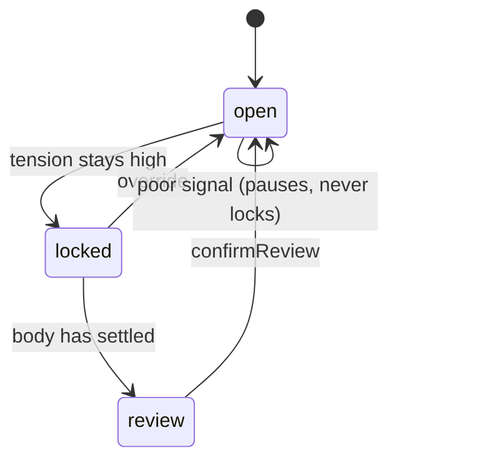
Earlier version of the Mermaid export docs/diagrams/rendered/08-state-send-gate.png (OlatundeOlabanj/m2-calm-companion). Its source is kept beside it as docs/diagrams/08-state-send-gate.mmd.
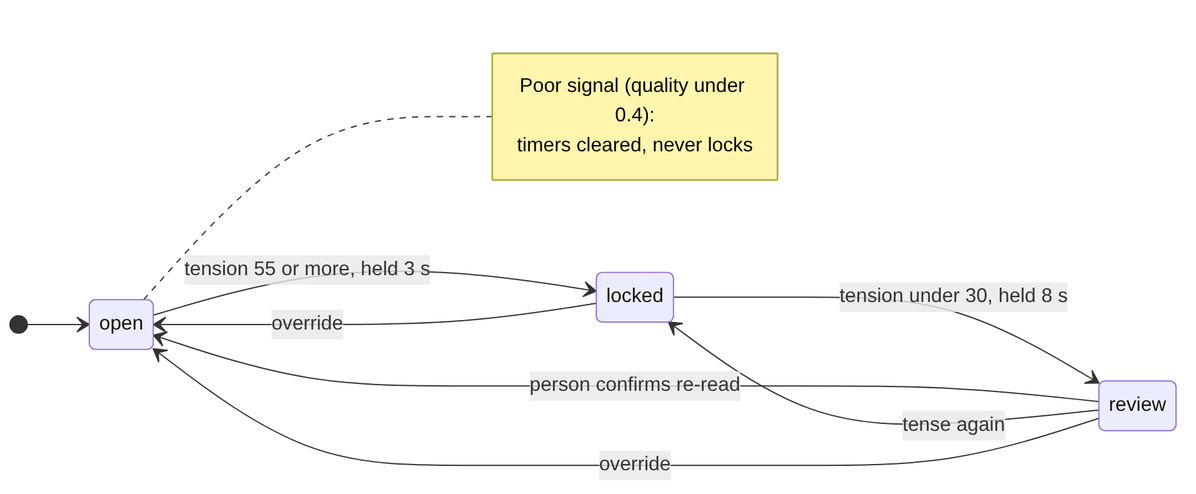
Later version of the same file.

The edit, as a diff of the source:
```diff
@@ -1,7 +1,13 @@
 stateDiagram-v2
+  direction LR
   [*] --> open
-  open --> locked : tension stays high
-  locked --> review : body has settled
-  review --> open : confirmReview
+  open --> locked : tension 55 or more, held 3 s
+  locked --> review : tension under 30, held 8 s
+  review --> open : person confirms re-read
+  review --> locked : tense again
   locked --> open : override
-  open --> open : poor signal (pauses, never locks)
+  review --> open : override
+  note right of open
+    Poor signal (quality under 0.4):
+    timers cleared, never locks
+  end note
```
